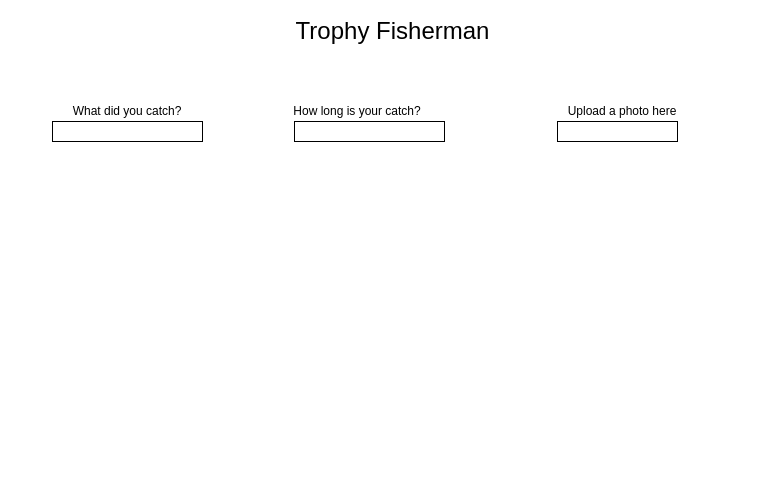
Before: Trophy-Fisherman.drawio in AdamVuu/Trophy-Fisherman, a draw.io diagram. Source tidied: cells renumbered, new cells numbered last; positions are measured from the earlier drawing's top-left corner, leaving out a move shared by most shapes. Both pictures are drawn from the tidied source at 100%, with x=0, y=0 at pixel (37, 21).
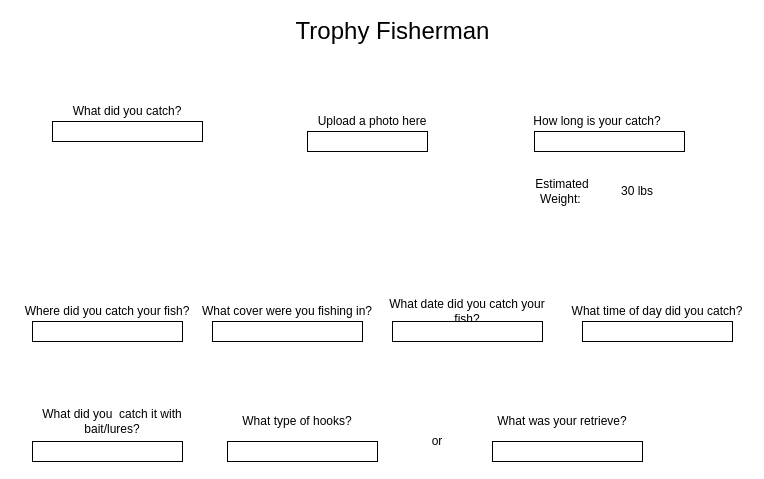
The same page after the edit.

Commit message:
External factors design mockup

What changed in the source:
```diff
@@
     <mxCell id="4" value="How long is your catch?" style="text;html=1;strokeColor=none;fillColor=none;align=center;verticalAlign=middle;whiteSpace=wrap;rounded=0;" parent="1" vertex="1">
-      <mxGeometry x="230" y="80" width="180" height="20" as="geometry" />
+      <mxGeometry x="470" y="90" width="180" height="20" as="geometry" />
     </mxCell>
@@
     <mxCell id="6" style="rounded=0;whiteSpace=wrap;html=1;" parent="1" vertex="1">
-      <mxGeometry x="257" y="100" width="150" height="20" as="geometry" />
+      <mxGeometry x="497" y="110" width="150" height="20" as="geometry" />
     </mxCell>
     <mxCell id="7" value="Upload a photo here" style="text;html=1;strokeColor=none;fillColor=none;align=center;verticalAlign=middle;whiteSpace=wrap;rounded=0;" parent="1" vertex="1">
-      <mxGeometry x="490" y="80" width="190" height="20" as="geometry" />
+      <mxGeometry x="240" y="90" width="190" height="20" as="geometry" />
     </mxCell>
     <mxCell id="8" style="rounded=0;whiteSpace=wrap;html=1;" parent="1" vertex="1">
-      <mxGeometry x="520" y="100" width="120" height="20" as="geometry" />
+      <mxGeometry x="270" y="110" width="120" height="20" as="geometry" />
     </mxCell>
+    <mxCell id="9" value="Where did you catch your fish?" style="text;html=1;strokeColor=none;fillColor=none;align=center;verticalAlign=middle;whiteSpace=wrap;rounded=0;" parent="1" vertex="1">
+      <mxGeometry x="-20" y="280" width="180" height="20" as="geometry" />
+    </mxCell>
+    <mxCell id="10" style="rounded=0;whiteSpace=wrap;html=1;" parent="1" vertex="1">
+      <mxGeometry x="-5" y="300" width="150" height="20" as="geometry" />
+    </mxCell>
+    <mxCell id="11" value="Estimated Weight:&amp;nbsp;" style="text;html=1;strokeColor=none;fillColor=none;align=center;verticalAlign=middle;whiteSpace=wrap;rounded=0;" parent="1" vertex="1">
+      <mxGeometry x="480" y="160" width="90" height="20" as="geometry" />
+    </mxCell>
+    <mxCell id="12" value="30 lbs" style="text;html=1;strokeColor=none;fillColor=none;align=center;verticalAlign=middle;whiteSpace=wrap;rounded=0;" parent="1" vertex="1">
+      <mxGeometry x="580" y="160" width="40" height="20" as="geometry" />
+    </mxCell>
+    <mxCell id="13" value="What cover were you fishing in?" style="text;html=1;strokeColor=none;fillColor=none;align=center;verticalAlign=middle;whiteSpace=wrap;rounded=0;" parent="1" vertex="1">
+      <mxGeometry x="160" y="280" width="180" height="20" as="geometry" />
+    </mxCell>
+    <mxCell id="14" style="rounded=0;whiteSpace=wrap;html=1;" parent="1" vertex="1">
+      <mxGeometry x="175" y="300" width="150" height="20" as="geometry" />
+    </mxCell>
+    <mxCell id="15" value="What date did you catch your fish?" style="text;html=1;strokeColor=none;fillColor=none;align=center;verticalAlign=middle;whiteSpace=wrap;rounded=0;" parent="1" vertex="1">
+      <mxGeometry x="340" y="280" width="180" height="20" as="geometry" />
+    </mxCell>
+    <mxCell id="16" style="rounded=0;whiteSpace=wrap;html=1;" parent="1" vertex="1">
+      <mxGeometry x="355" y="300" width="150" height="20" as="geometry" />
+    </mxCell>
+    <mxCell id="17" value="What time of day did you catch?" style="text;html=1;strokeColor=none;fillColor=none;align=center;verticalAlign=middle;whiteSpace=wrap;rounded=0;" parent="1" vertex="1">
+      <mxGeometry x="530" y="280" width="180" height="20" as="geometry" />
+    </mxCell>
+    <mxCell id="18" style="rounded=0;whiteSpace=wrap;html=1;" parent="1" vertex="1">
+      <mxGeometry x="545" y="300" width="150" height="20" as="geometry" />
+    </mxCell>
+    <mxCell id="19" value="What did you&amp;nbsp; catch it with bait/lures?" style="text;html=1;strokeColor=none;fillColor=none;align=center;verticalAlign=middle;whiteSpace=wrap;rounded=0;" parent="1" vertex="1">
+      <mxGeometry x="-20" y="390" width="190" height="20" as="geometry" />
+    </mxCell>
+    <mxCell id="20" style="rounded=0;whiteSpace=wrap;html=1;" parent="1" vertex="1">
+      <mxGeometry x="-5" y="420" width="150" height="20" as="geometry" />
+    </mxCell>
+    <mxCell id="21" value="What type of hooks?" style="text;html=1;strokeColor=none;fillColor=none;align=center;verticalAlign=middle;whiteSpace=wrap;rounded=0;" parent="1" vertex="1">
+      <mxGeometry x="170" y="390" width="180" height="20" as="geometry" />
+    </mxCell>
+    <mxCell id="22" style="rounded=0;whiteSpace=wrap;html=1;" parent="1" vertex="1">
+      <mxGeometry x="190" y="420" width="150" height="20" as="geometry" />
+    </mxCell>
+    <mxCell id="23" value="What was your retrieve?" style="text;html=1;strokeColor=none;fillColor=none;align=center;verticalAlign=middle;whiteSpace=wrap;rounded=0;" parent="1" vertex="1">
+      <mxGeometry x="435" y="390" width="180" height="20" as="geometry" />
+    </mxCell>
+    <mxCell id="24" style="rounded=0;whiteSpace=wrap;html=1;" parent="1" vertex="1">
+      <mxGeometry x="455" y="420" width="150" height="20" as="geometry" />
+    </mxCell>
+    <mxCell id="25" value="or" style="text;html=1;strokeColor=none;fillColor=none;align=center;verticalAlign=middle;whiteSpace=wrap;rounded=0;" parent="1" vertex="1">
+      <mxGeometry x="380" y="410" width="40" height="20" as="geometry" />
+    </mxCell>
```
